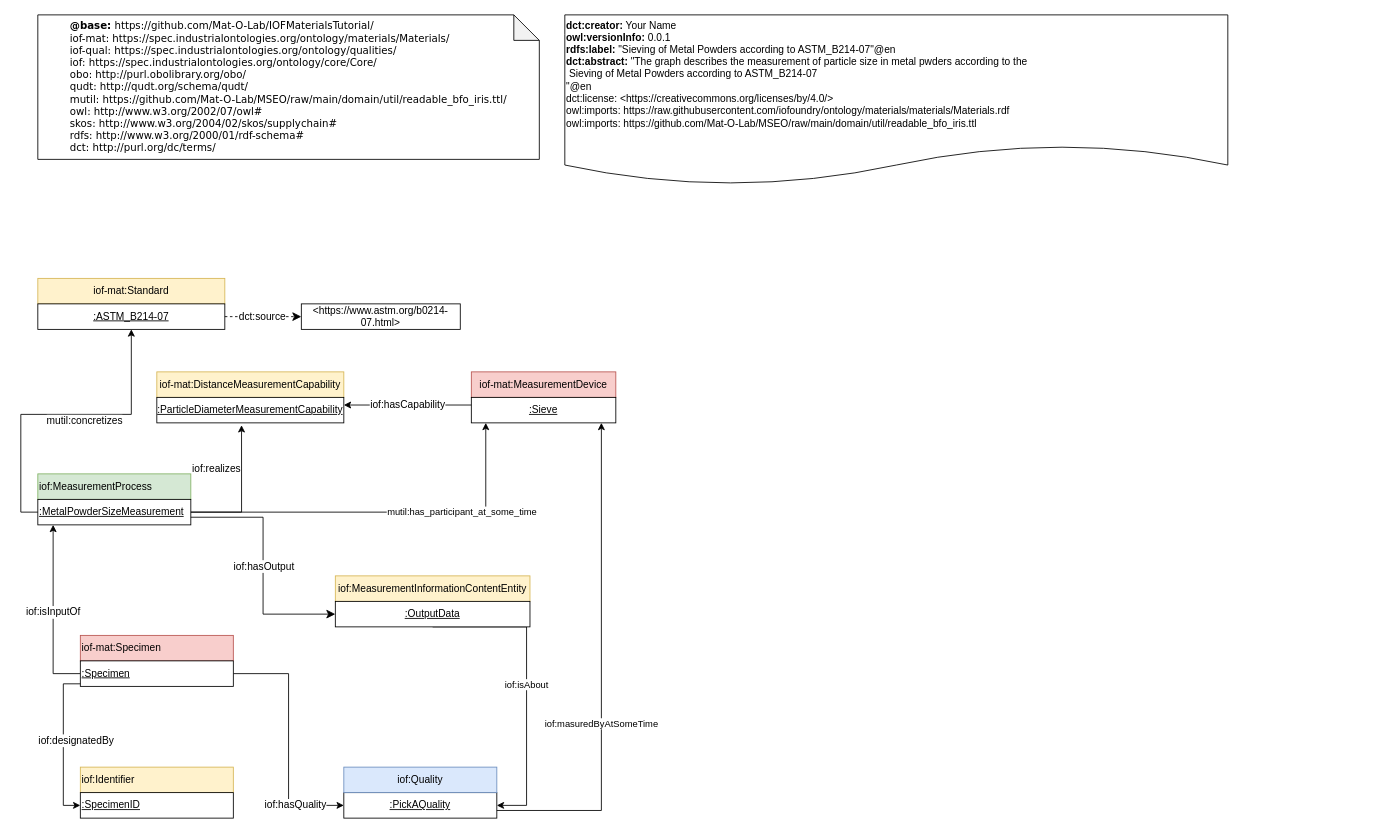
Above: sieving_ASTM_B214-07.drawio.xml in Mat-O-Lab/IOFMaterialsTutorial (draw.io), before the change. Source tidied: cells renumbered, new cells numbered last; positions are measured from the earlier drawing's top-left corner, leaving out a move shared by most shapes. Both pictures are drawn from the tidied source at 85%, with x=0, y=0 at pixel (37, 14).
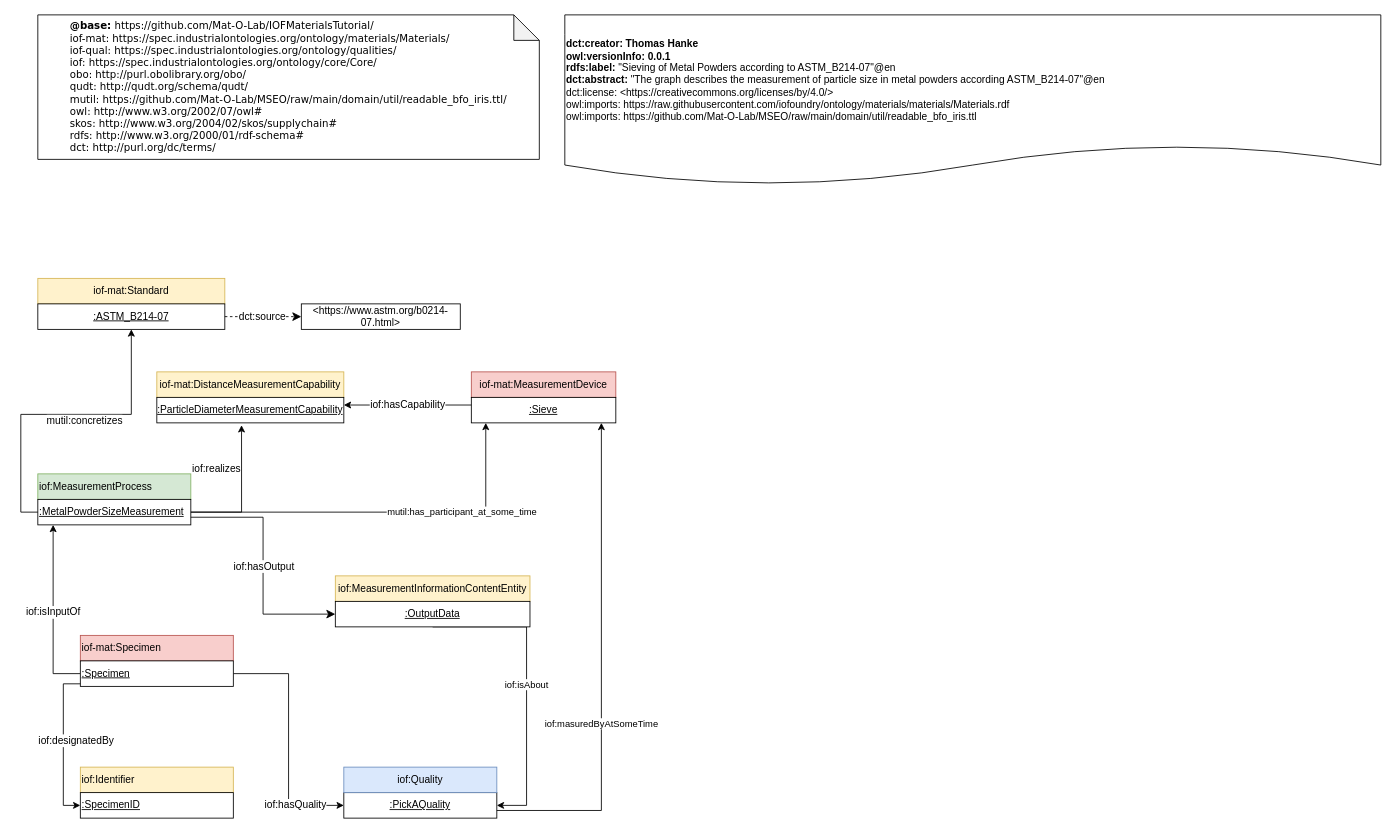
After the change.

The edit, as a diff of the source:
```diff
@@
-    <mxCell id="3" value="&lt;div&gt;&lt;b&gt;dct:creator: &lt;/b&gt;Your Name&lt;/div&gt;&lt;div&gt;&lt;b&gt;owl:versionInfo:&lt;/b&gt; 0.0.1&lt;br&gt;&lt;/div&gt;&lt;div&gt;&lt;b&gt;rdfs:label:&lt;/b&gt;&amp;nbsp;&quot;Sieving of Metal Powders according to ASTM_B214-07&quot;@en&lt;br&gt;&lt;/div&gt;&lt;div&gt;&lt;b&gt;dct:abstract:&lt;/b&gt;&amp;nbsp;&quot;The graph describes the measurement of particle size in metal pwders according to the&lt;/div&gt;&amp;nbsp;Sieving of Metal Powders according to ASTM_B214-07&lt;div&gt;&quot;@en&lt;br&gt;&lt;/div&gt;&lt;div&gt;&lt;div&gt;dct:license: &amp;lt;https://creativecommons.org/licenses/by/4.0/&amp;gt;&lt;/div&gt;&lt;/div&gt;&lt;div&gt;owl:imports:&amp;nbsp;https://raw.githubusercontent.com/iofoundry/ontology/materials/materials/Materials.rdf&lt;br&gt;&lt;/div&gt;&lt;div&gt;&lt;div style=&quot;border-color: var(--border-color);&quot;&gt;owl:imports: https://github.com/Mat-O-Lab/MSEO/raw/main/domain/util/readable_bfo_iris.ttl&lt;/div&gt;&lt;/div&gt;&lt;div&gt;&lt;br&gt;&lt;/div&gt;" style="shape=document;whiteSpace=wrap;html=1;boundedLbl=1;labelBackgroundColor=#ffffff;strokeColor=#000000;fontSize=12;fontColor=#000000;size=0.23333333333333334;align=left;" parent="1" vertex="1">
-      <mxGeometry x="620" width="780" height="200" as="geometry" />
+    <mxCell id="3" value="&lt;div&gt;&lt;div&gt;&lt;b&gt;dct:creator: Thomas Hanke&lt;/b&gt;&lt;/div&gt;&lt;div&gt;&lt;b&gt;owl:versionInfo: 0.0.1&lt;/b&gt;&lt;/div&gt;&lt;div&gt;&lt;b&gt;rdfs:label: &lt;/b&gt;&quot;Sieving of Metal Powders according to ASTM_B214-07&quot;@en&lt;/div&gt;&lt;div&gt;&lt;b&gt;dct:abstract: &lt;/b&gt;&quot;The graph describes the measurement of particle size in metal powders according ASTM_B214-07&quot;@en&lt;/div&gt;&lt;div&gt;dct:license: &amp;lt;https://creativecommons.org/licenses/by/4.0/&amp;gt;&lt;/div&gt;&lt;div&gt;owl:imports: https://raw.githubusercontent.com/iofoundry/ontology/materials/materials/Materials.rdf&lt;/div&gt;&lt;div&gt;owl:imports: https://github.com/Mat-O-Lab/MSEO/raw/main/domain/util/readable_bfo_iris.ttl&lt;/div&gt;&lt;/div&gt;" style="shape=document;whiteSpace=wrap;html=1;boundedLbl=1;labelBackgroundColor=#ffffff;strokeColor=#000000;fontSize=12;fontColor=#000000;size=0.23333333333333334;align=left;" parent="1" vertex="1">
+      <mxGeometry x="620" width="960" height="200" as="geometry" />
     </mxCell>
```
